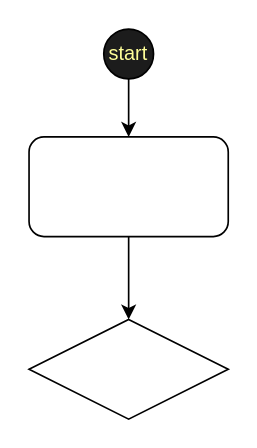
The draw.io diagram Untitled Diagram.drawio in liyiscuu/byzantine, before the edit. Source tidied: cells renumbered, new cells numbered last; positions are measured from the earlier drawing's top-left corner, leaving out a move shared by most shapes. Both pictures are drawn from the tidied source at 166%, with x=0, y=0 at pixel (28, 28).
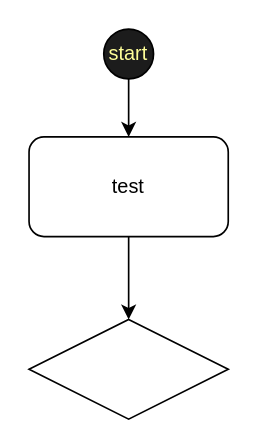
After the change.

The edit, as a diff of the source:
```diff
@@
 <mxGraphModel>
   <root>
     <mxCell id="0" />
     <mxCell id="1" parent="0" />
     <mxCell id="2" style="edgeStyle=orthogonalEdgeStyle;rounded=0;jettySize=auto;html=1;" parent="1" edge="1" source="3" target="4">
       <mxGeometry relative="1" as="geometry" />
     </mxCell>
-    <mxCell id="3" style="rounded=1;whiteSpace=wrap;html=1;" parent="1" vertex="1">
+    <mxCell id="3" value="test" style="rounded=1;whiteSpace=wrap;html=1;" parent="1" vertex="1">
       <mxGeometry y="65" width="120" height="60" as="geometry" />
     </mxCell>
     <mxCell id="4" style="rhombus;whiteSpace=wrap;html=1;fontFamily=Helvetica;fontSize=12;fontColor=#000000;align=center;strokeColor=#000000;fillColor=#ffffff;" parent="1" vertex="1">
       <mxGeometry y="175" width="120" height="60" as="geometry" />
     </mxCell>
     <mxCell id="5" style="edgeStyle=orthogonalEdgeStyle;rounded=0;jettySize=auto;html=1;" parent="1" edge="1" source="6" target="3">
       <mxGeometry relative="1" as="geometry" />
     </mxCell>
     <mxCell id="6" value="&lt;font color=&quot;#ffff99&quot;&gt;start&lt;/font&gt;" style="ellipse;whiteSpace=wrap;html=1;fillColor=#1C1C1C;" parent="1" vertex="1">
       <mxGeometry x="45" width="30" height="30" as="geometry" />
     </mxCell>
   </root>
 </mxGraphModel>
```
